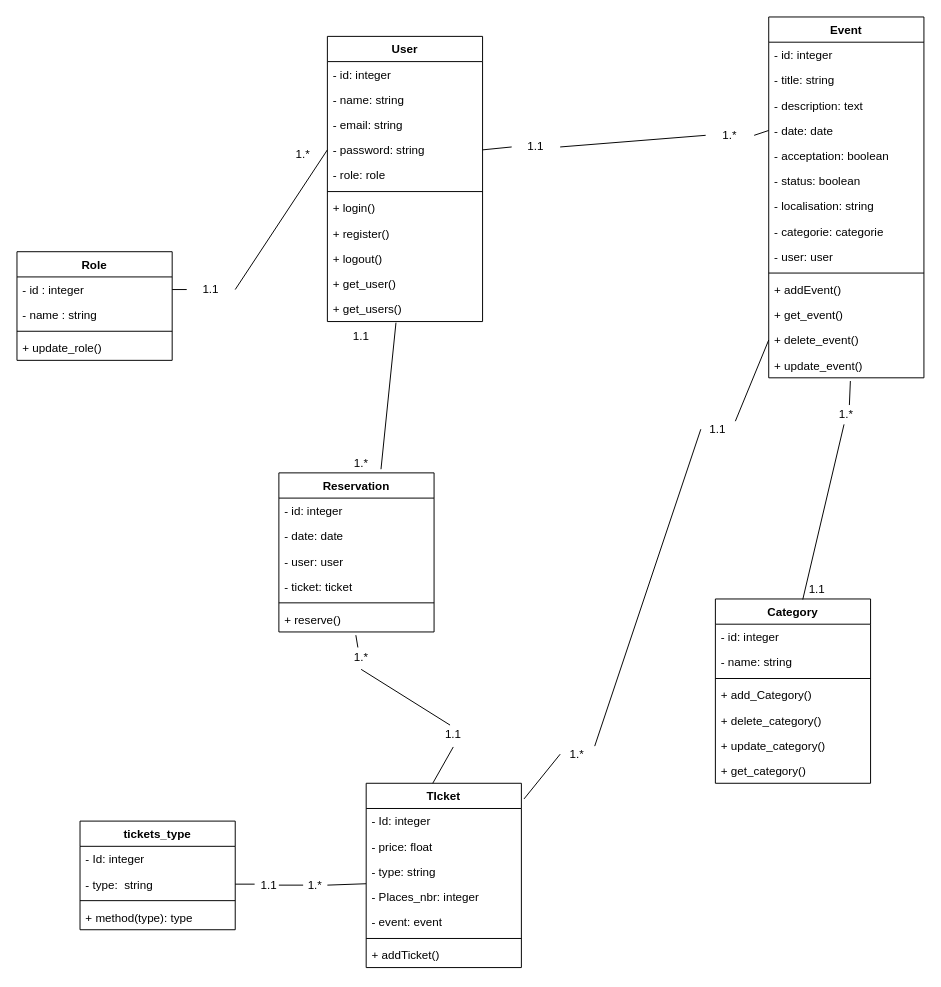
Earlier version of the draw.io diagram diagramme_classe.drawio (Mohamed072005/YouEvent). Source tidied: cells renumbered, new cells numbered last; positions are measured from the earlier drawing's top-left corner, leaving out a move shared by most shapes. Both pictures are drawn from the tidied source at 97%, with x=0, y=0 at pixel (16, 16).
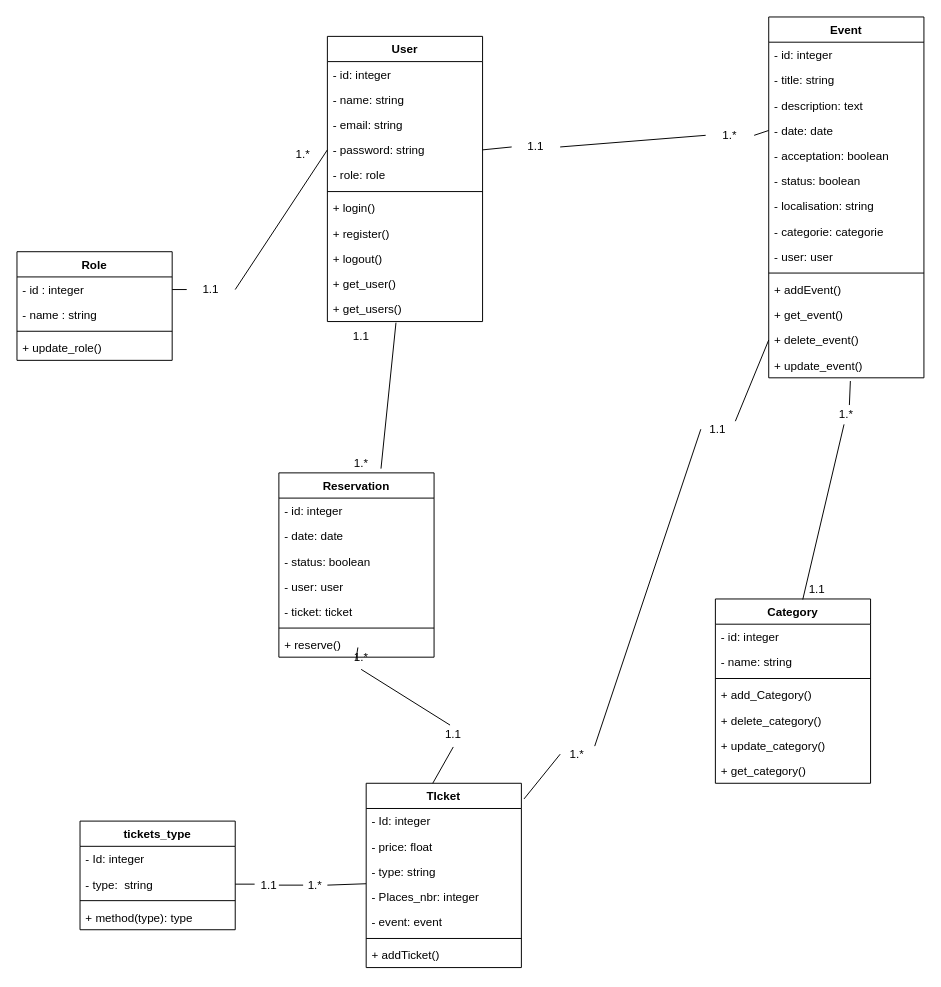
The same page after the edit.

Change to the diagram source:
```diff
@@
     <mxCell id="45" value="Reservation" style="swimlane;fontStyle=1;align=center;verticalAlign=top;horizontal=1;startSize=26;" parent="1" vertex="1">
-      <mxGeometry x="270" y="470" width="160" height="164" as="geometry" />
+      <mxGeometry x="270" y="470" width="160" height="190" as="geometry" />
     </mxCell>
@@
+    <mxCell id="93" value="- status: boolean" style="text;strokeColor=none;fillColor=none;align=left;verticalAlign=top;spacingLeft=4;spacingRight=4;overflow=hidden;" parent="45" vertex="1">
+      <mxGeometry y="78" width="160" height="26" as="geometry" />
+    </mxCell>
     <mxCell id="48" value="- user: user" style="text;strokeColor=none;fillColor=none;align=left;verticalAlign=top;spacingLeft=4;spacingRight=4;overflow=hidden;" parent="45" vertex="1">
-      <mxGeometry y="78" width="160" height="26" as="geometry" />
+      <mxGeometry y="104" width="160" height="26" as="geometry" />
     </mxCell>
     <mxCell id="49" value="- ticket: ticket" style="text;strokeColor=none;fillColor=none;align=left;verticalAlign=top;spacingLeft=4;spacingRight=4;overflow=hidden;" parent="45" vertex="1">
-      <mxGeometry y="104" width="160" height="26" as="geometry" />
+      <mxGeometry y="130" width="160" height="26" as="geometry" />
     </mxCell>
     <mxCell id="50" style="line;strokeWidth=1;fillColor=none;align=left;verticalAlign=middle;spacingTop=-1;spacingLeft=3;spacingRight=3;labelPosition=right;strokeColor=inherit;" parent="45" vertex="1">
-      <mxGeometry y="130" width="160" height="8" as="geometry" />
+      <mxGeometry y="156" width="160" height="8" as="geometry" />
     </mxCell>
     <mxCell id="51" value="+ reserve()" style="text;strokeColor=none;fillColor=none;align=left;verticalAlign=top;spacingLeft=4;spacingRight=4;overflow=hidden;points=[[0,0.5],[1,0.5]];portConstraint=eastwest;" parent="45" vertex="1">
-      <mxGeometry y="138" width="160" height="26" as="geometry" />
+      <mxGeometry y="164" width="160" height="26" as="geometry" />
     </mxCell>
```
